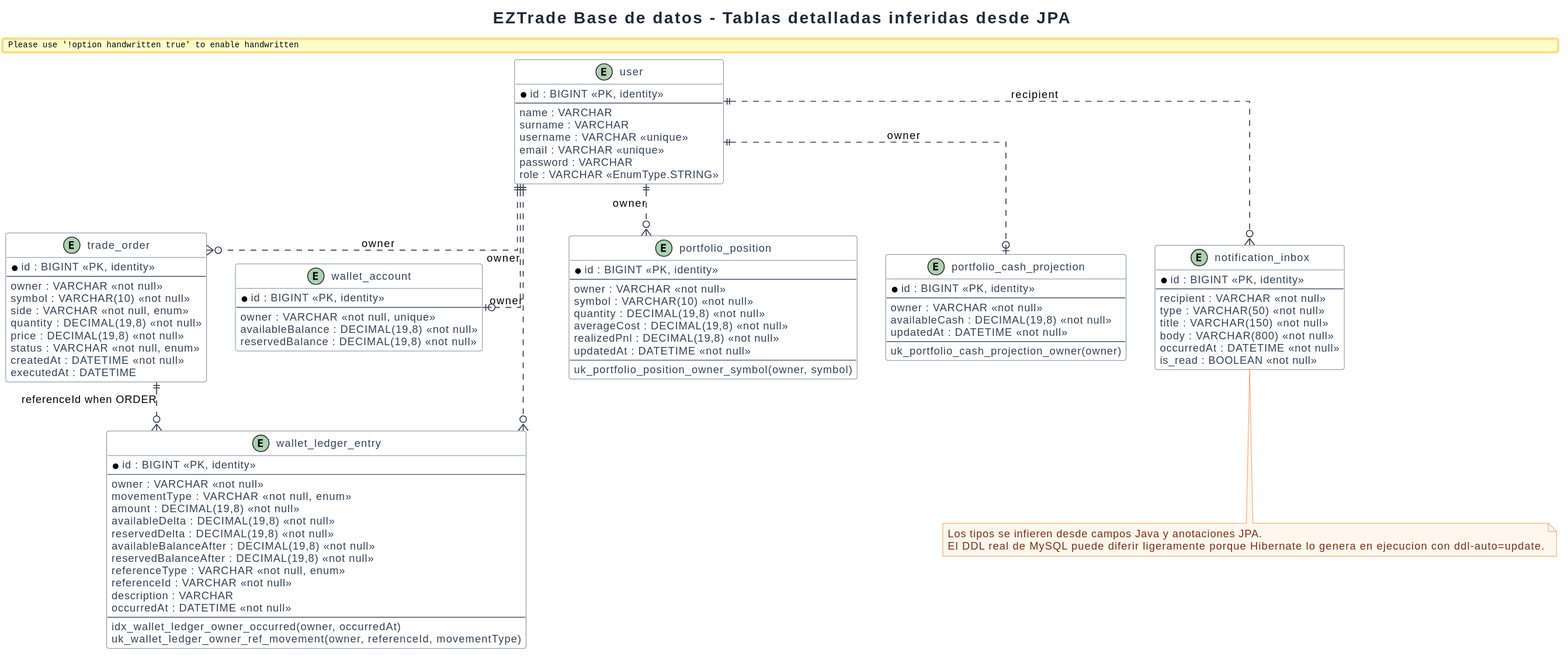
SergioGarciaRuiz557/EZTrade keeps this PlantUML diagram as EZTrade/docs/engineering-diagrams/04-database/rendered/database-tables-detailed.svg. Above is the earlier version. Source of this version:
```plantuml
@startuml
!include ../../common/eztrade-style.puml

title EZTrade Base de datos - Tablas detalladas inferidas desde JPA

entity "user" as TUser {
  * id : BIGINT <<PK, identity>>
  --
  name : VARCHAR
  surname : VARCHAR
  username : VARCHAR <<unique>>
  email : VARCHAR <<unique>>
  password : VARCHAR
  role : VARCHAR <<EnumType.STRING>>
}

entity "trade_order" as TTrade {
  * id : BIGINT <<PK, identity>>
  --
  owner : VARCHAR <<not null>>
  symbol : VARCHAR(10) <<not null>>
  side : VARCHAR <<not null, enum>>
  quantity : DECIMAL(19,8) <<not null>>
  price : DECIMAL(19,8) <<not null>>
  status : VARCHAR <<not null, enum>>
  createdAt : DATETIME <<not null>>
  executedAt : DATETIME
}

entity "wallet_account" as TWalletAccount {
  * id : BIGINT <<PK, identity>>
  --
  owner : VARCHAR <<not null, unique>>
  availableBalance : DECIMAL(19,8) <<not null>>
  reservedBalance : DECIMAL(19,8) <<not null>>
}

entity "wallet_ledger_entry" as TWalletLedger {
  * id : BIGINT <<PK, identity>>
  --
  owner : VARCHAR <<not null>>
  movementType : VARCHAR <<not null, enum>>
  amount : DECIMAL(19,8) <<not null>>
  availableDelta : DECIMAL(19,8) <<not null>>
  reservedDelta : DECIMAL(19,8) <<not null>>
  availableBalanceAfter : DECIMAL(19,8) <<not null>>
  reservedBalanceAfter : DECIMAL(19,8) <<not null>>
  referenceType : VARCHAR <<not null, enum>>
  referenceId : VARCHAR <<not null>>
  description : VARCHAR
  occurredAt : DATETIME <<not null>>
  --
  idx_wallet_ledger_owner_occurred(owner, occurredAt)
  uk_wallet_ledger_owner_ref_movement(owner, referenceId, movementType)
}

entity "portfolio_position" as TPosition {
  * id : BIGINT <<PK, identity>>
  --
  owner : VARCHAR <<not null>>
  symbol : VARCHAR(10) <<not null>>
  quantity : DECIMAL(19,8) <<not null>>
  averageCost : DECIMAL(19,8) <<not null>>
  realizedPnl : DECIMAL(19,8) <<not null>>
  updatedAt : DATETIME <<not null>>
  --
  uk_portfolio_position_owner_symbol(owner, symbol)
}

entity "portfolio_cash_projection" as TCash {
  * id : BIGINT <<PK, identity>>
  --
  owner : VARCHAR <<not null>>
  availableCash : DECIMAL(19,8) <<not null>>
  updatedAt : DATETIME <<not null>>
  --
  uk_portfolio_cash_projection_owner(owner)
}

entity "notification_inbox" as TNotification {
  * id : BIGINT <<PK, identity>>
  --
  recipient : VARCHAR <<not null>>
  type : VARCHAR(50) <<not null>>
  title : VARCHAR(150) <<not null>>
  body : VARCHAR(800) <<not null>>
  occurredAt : DATETIME <<not null>>
  is_read : BOOLEAN <<not null>>
}

TUser ||..o{ TTrade : owner
TUser ||..o{ TWalletLedger : owner
TUser ||..o| TWalletAccount : owner
TUser ||..o{ TPosition : owner
TUser ||..o| TCash : owner
TUser ||..o{ TNotification : recipient
TTrade ||..o{ TWalletLedger : referenceId when ORDER

note bottom
Los tipos se infieren desde campos Java y anotaciones JPA.
El DDL real de MySQL puede diferir ligeramente porque Hibernate lo genera en ejecucion con ddl-auto=update.
end note
@enduml
```
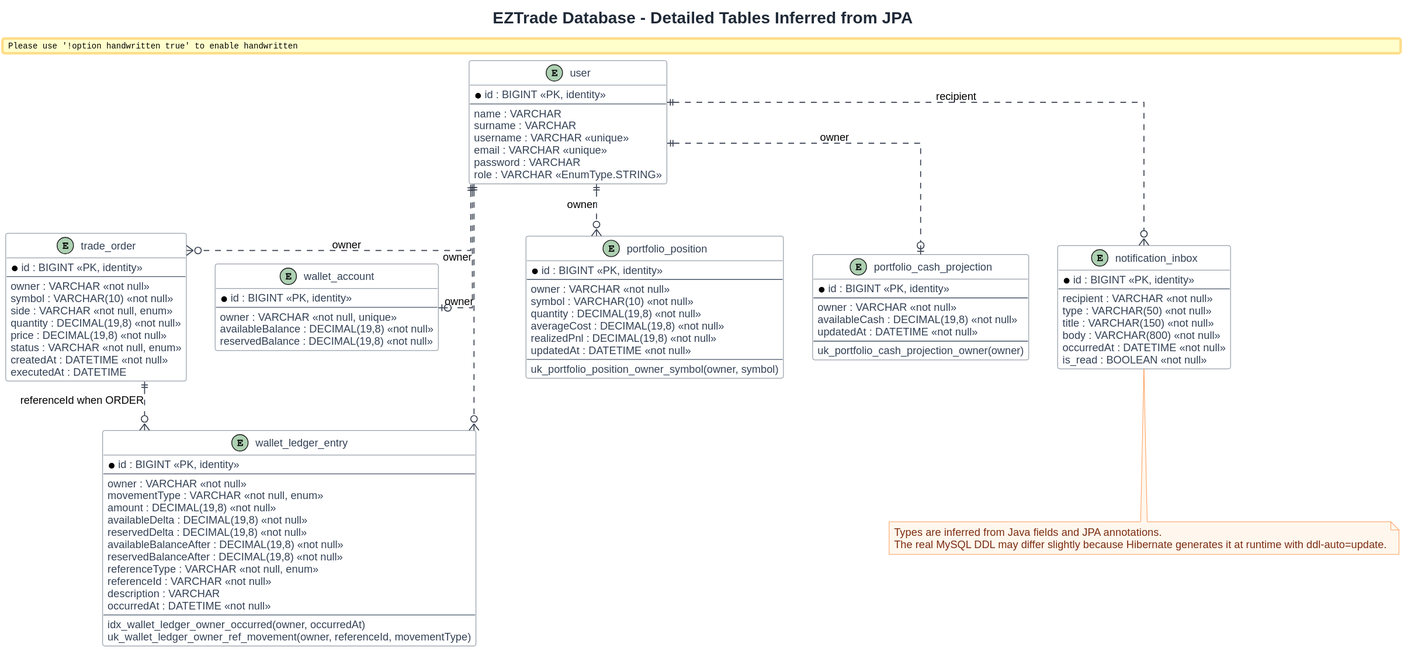
After the commit.

The edit, as a diff of the source:
```diff
@@ -1,7 +1,7 @@
 @startuml
 !include ../../common/eztrade-style.puml
 
-title EZTrade Base de datos - Tablas detalladas inferidas desde JPA
+title EZTrade Database - Detailed Tables Inferred from JPA
 
 entity "user" as TUser {
   * id : BIGINT <<PK, identity>>
@@ -97,7 +97,7 @@
 TTrade ||..o{ TWalletLedger : referenceId when ORDER
 
 note bottom
-Los tipos se infieren desde campos Java y anotaciones JPA.
-El DDL real de MySQL puede diferir ligeramente porque Hibernate lo genera en ejecucion con ddl-auto=update.
+Types are inferred from Java fields and JPA annotations.
+The real MySQL DDL may differ slightly because Hibernate generates it at runtime with ddl-auto=update.
 end note
 @enduml
```
